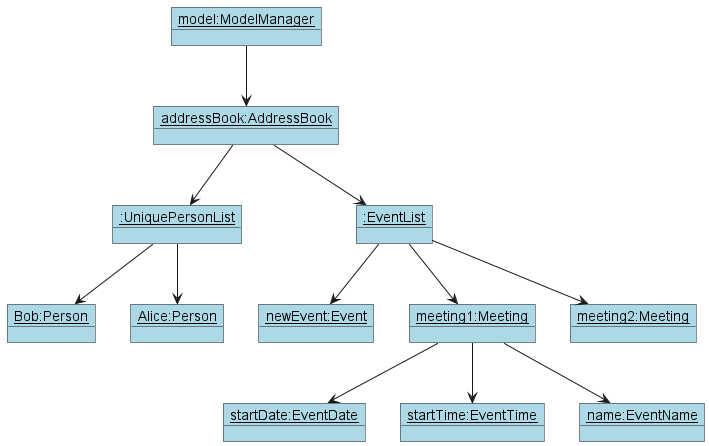
The PlantUML diagram docs/images/AddEventObjectDiagram.png in nus-cs2103-AY2324S1/tp, before a commit. Source of this version:
```plantuml
@startuml

!define MySkin
skinparam object {
  BackgroundColor LightBlue
}

object "__model:ModelManager__" as model
object "__addressBook:AddressBook__" as addressBook
object "__:UniquePersonList__" as uniquePersonList
object "__:EventList__" as eventList
object "__newEvent:Event__" as newEvent

object "__meeting1:Meeting__" as meeting1

object "__startDate:EventDate__" as startDate
object "__startTime:EventTime__" as startTime
object "__name:EventName__" as name

object "__meeting2:Meeting__" as meeting2
object "__Bob:Person__" as Bob
object "__Alice:Person__" as Alice



model --> addressBook
addressBook --> uniquePersonList
addressBook --> eventList
uniquePersonList --> Bob
uniquePersonList --> Alice
eventList --> meeting1
eventList --> meeting2
eventList --> newEvent

meeting1 --> name
meeting1 --> startDate
meeting1 --> startTime

@enduml
```
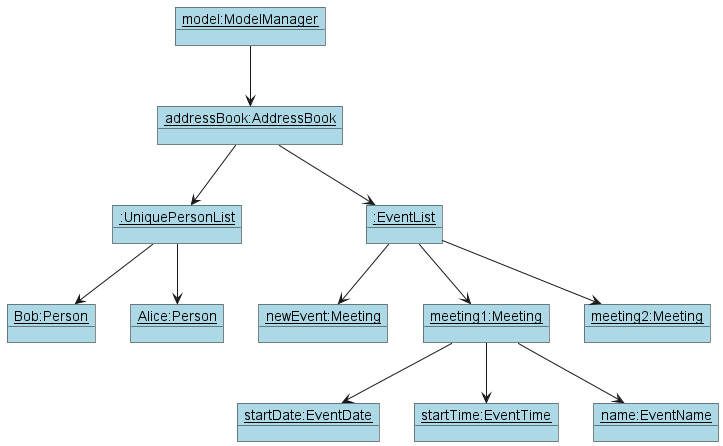
Later version of the same file.

Change to the diagram source:
```diff
@@ -9,7 +9,7 @@
 object "__addressBook:AddressBook__" as addressBook
 object "__:UniquePersonList__" as uniquePersonList
 object "__:EventList__" as eventList
-object "__newEvent:Event__" as newEvent
+object "__newEvent:Meeting__" as newEvent
 
 object "__meeting1:Meeting__" as meeting1
 
```
